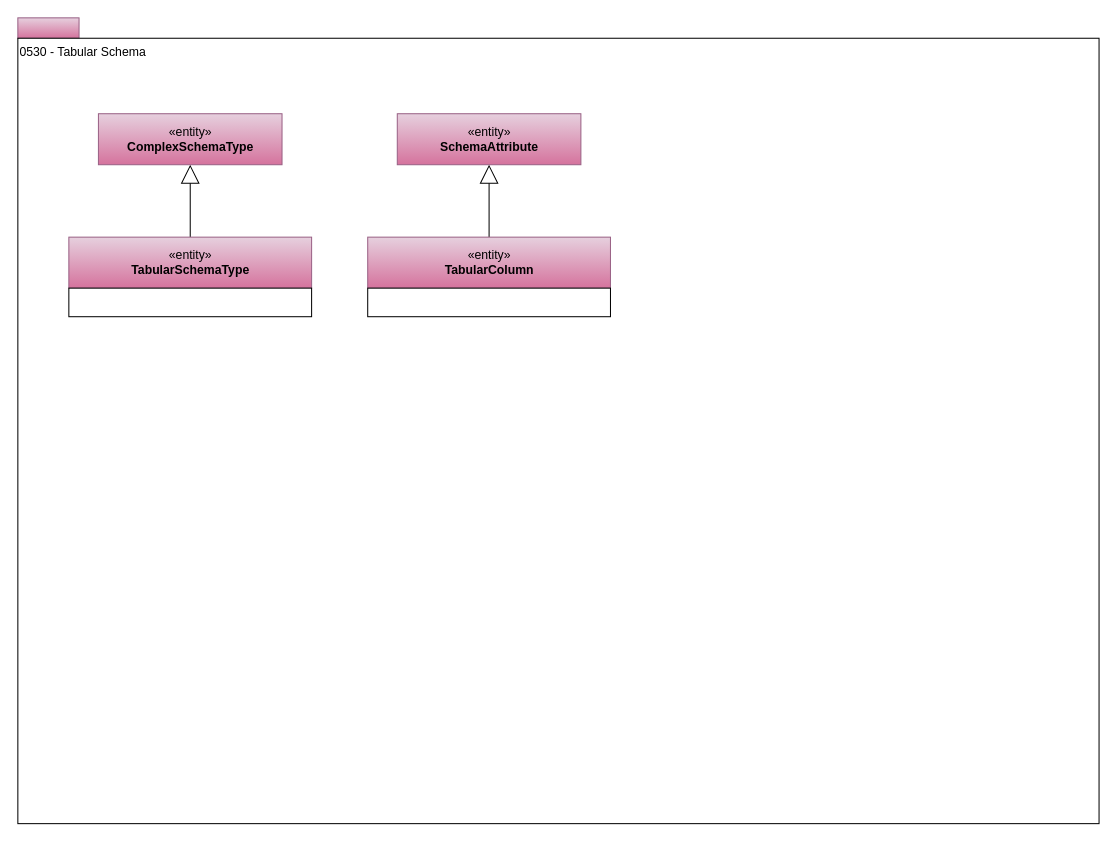
This is page "0530-Tabular-Schemas" (9 of 24) of open-metadata-publication/website/open-metadata-types/area-5-models-and-schema.drawio from planetf1/egeria, a draw.io file, before an edit. Source tidied: cells renumbered, new cells numbered last; positions are measured from the earlier drawing's top-left corner, leaving out a move shared by most shapes. Both pictures are drawn from the tidied source at 102%, with x=0, y=0 at pixel (17, 17).
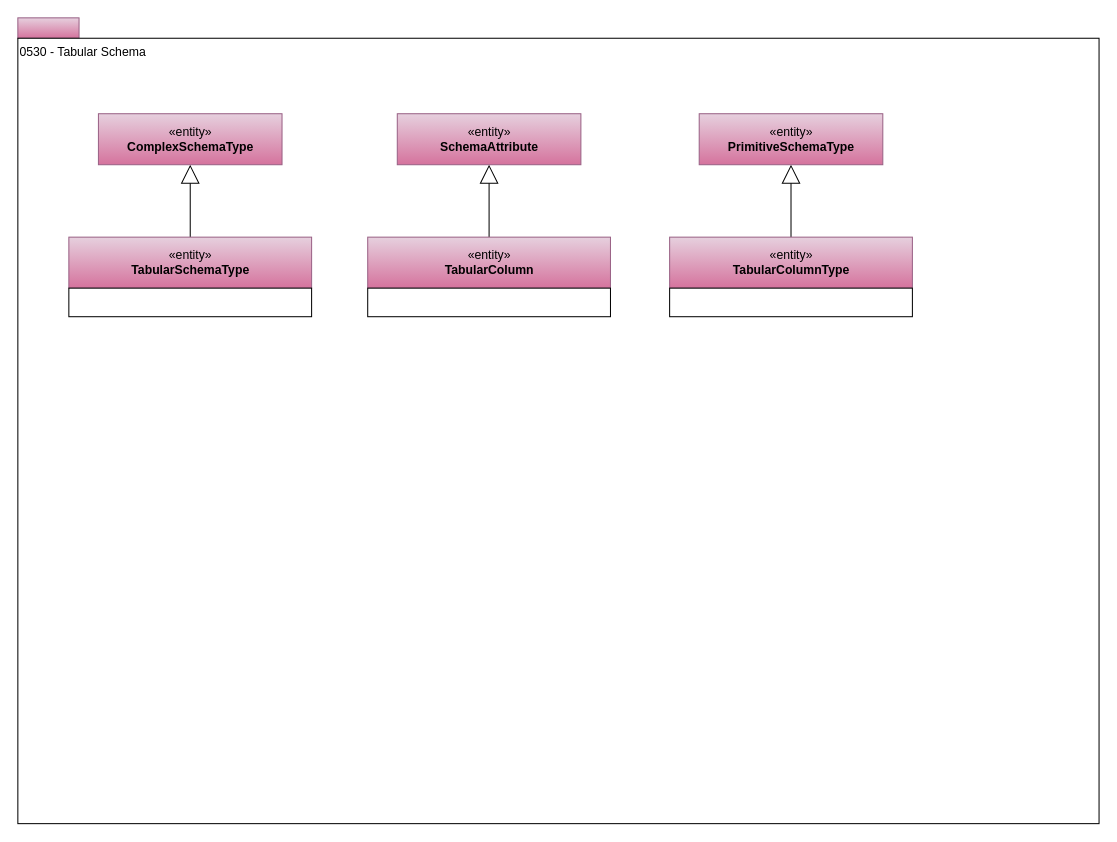
The same diagram, later.

Change to the diagram source:
```diff
@@
+    <mxCell id="15" style="edgeStyle=orthogonalEdgeStyle;rounded=0;jettySize=auto;html=1;exitX=0.5;exitY=0;exitDx=0;exitDy=0;startSize=6;endArrow=block;endFill=0;endSize=16;" parent="1" edge="1" source="18" target="16">
+      <mxGeometry relative="1" as="geometry" />
+    </mxCell>
+    <mxCell id="16" value="«entity»&lt;br&gt;&lt;b&gt;PrimitiveSchemaType&lt;/b&gt;" style="html=1;strokeColor=#996185;align=center;fillColor=#e6d0de;gradientColor=#d5739d;" parent="1" vertex="1">
+      <mxGeometry x="668" y="94" width="180" height="50" as="geometry" />
+    </mxCell>
+    <mxCell id="17" style="group;" parent="1" vertex="1">
+      <mxGeometry x="639" y="215" width="238" height="78" as="geometry" />
+    </mxCell>
+    <mxCell id="18" value="«entity»&lt;br&gt;&lt;b&gt;TabularColumnType&lt;/b&gt;" style="html=1;strokeColor=#996185;align=center;fillColor=#e6d0de;gradientColor=#d5739d;" parent="17" vertex="1">
+      <mxGeometry width="238" height="50" as="geometry" />
+    </mxCell>
+    <mxCell id="19" style="rounded=0;whiteSpace=wrap;html=1;strokeColor=#000000;gradientColor=#ffffff;align=left;" parent="17" vertex="1">
+      <mxGeometry y="50" width="238" height="28" as="geometry" />
+    </mxCell>
```
